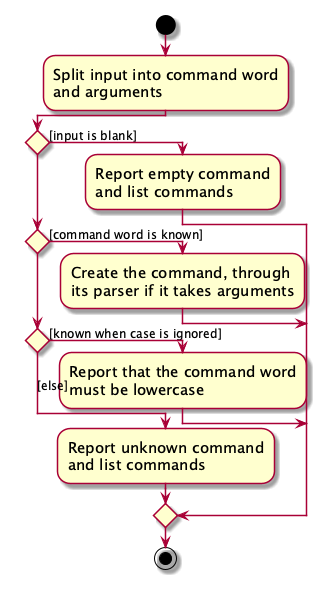
Before: docs/images/CommandRoutingActivityDiagram.png, a diagram exported from PlantUML (AY2627S1-CS2103T-F09-1/tp). Its diagram source:
```plantuml
@startuml
skin rose
!pragma useVerticalIf on
skinparam ActivityFontSize 15
skinparam ArrowFontSize 12
start
:Split input into command word
and arguments;
if () then ([input is blank])
    :Report empty command
    and list commands;
elseif () then ([command word is known])
    :Create the command, through
    its parser if it takes arguments;
elseif () then ([known when case is ignored])
    :Report that the command word
    must be lowercase;
else ([else])
    :Report unknown command
    and list commands;
endif
stop
@enduml
```
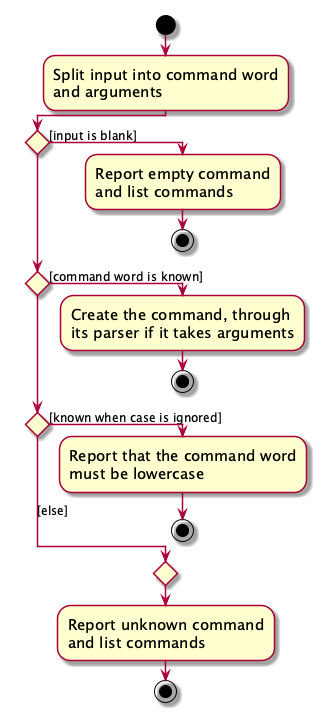
The same diagram one commit later.

Commit message:
End each command-routing branch in its own stop

The rendered diagram routed the blank-input action into the next
decision and the wrong-case action into the unknown-command action.
AddressBookParser returns or throws at once in each case, so the
diagram showed a flow the code does not follow.

Let each outcome end the activity, and leave only the else branch to
report an unknown command.

Diff of the diagram source:
```diff
@@ -9,15 +9,18 @@
 if () then ([input is blank])
     :Report empty command
     and list commands;
+    stop
 elseif () then ([command word is known])
     :Create the command, through
     its parser if it takes arguments;
+    stop
 elseif () then ([known when case is ignored])
     :Report that the command word
     must be lowercase;
+    stop
 else ([else])
-    :Report unknown command
-    and list commands;
 endif
+:Report unknown command
+and list commands;
 stop
 @enduml
```
